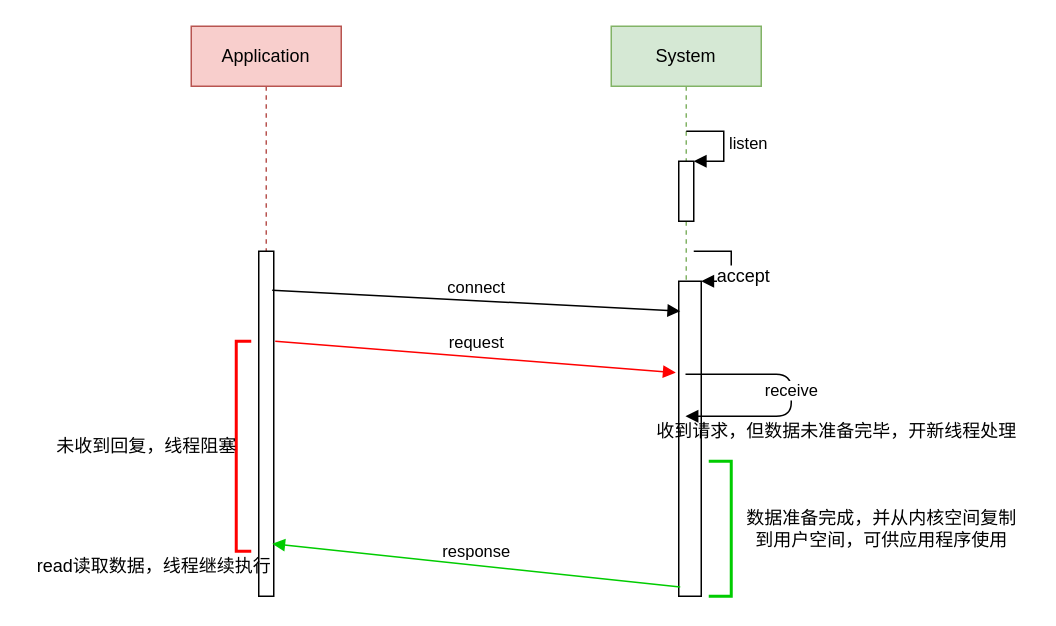
This is BIO.drawio from yang00-74/flowchart, a draw.io file, before an edit. Source tidied: cells renumbered, new cells numbered last; positions are measured from the earlier drawing's top-left corner, leaving out a move shared by most shapes. Both pictures are drawn from the tidied source at 150%, with x=0, y=0 at pixel (26, 26).
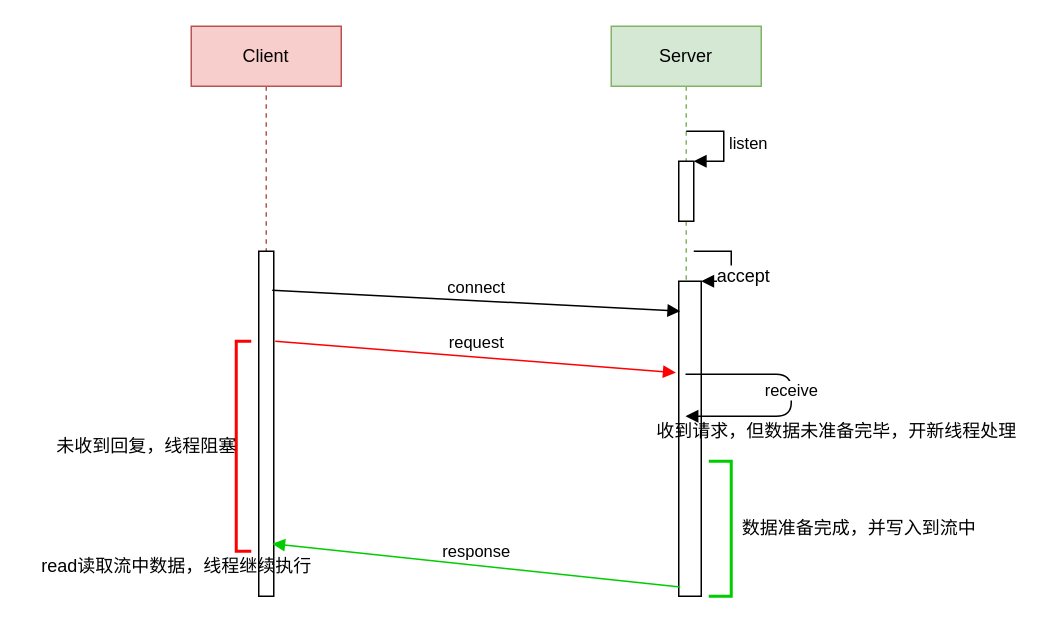
The same page after the edit.

Diff of the diagram source:
```diff
@@
-    <mxCell id="2" value="Application" style="shape=umlLifeline;perimeter=lifelinePerimeter;whiteSpace=wrap;html=1;fillColor=#f8cecc;strokeColor=#b85450;" parent="1" vertex="1">
+    <mxCell id="2" value="Client" style="shape=umlLifeline;perimeter=lifelinePerimeter;whiteSpace=wrap;html=1;fillColor=#f8cecc;strokeColor=#b85450;" parent="1" vertex="1">
       <mxGeometry x="110" width="100" height="380" as="geometry" />
     </mxCell>
@@
-    <mxCell id="5" value="System" style="shape=umlLifeline;perimeter=lifelinePerimeter;whiteSpace=wrap;html=1;outlineConnect=0;fillColor=#d5e8d4;strokeColor=#82b366;" parent="1" vertex="1">
+    <mxCell id="5" value="Server" style="shape=umlLifeline;perimeter=lifelinePerimeter;whiteSpace=wrap;html=1;outlineConnect=0;fillColor=#d5e8d4;strokeColor=#82b366;" parent="1" vertex="1">
       <mxGeometry x="390" width="100" height="380" as="geometry" />
     </mxCell>
@@
-    <mxCell id="17" value="数据准备完成，并从内核空间复制&lt;br&gt;到用户空间，可供应用程序使用" style="text;html=1;align=center;verticalAlign=middle;" parent="1" vertex="1">
-      <mxGeometry x="470" y="320" width="200" height="30" as="geometry" />
+    <mxCell id="17" value="数据准备完成，并写入到流中" style="text;html=1;align=center;verticalAlign=middle;" parent="1" vertex="1">
+      <mxGeometry x="470" y="325" width="170" height="20" as="geometry" />
     </mxCell>
-    <mxCell id="18" value="read读取数据，线程继续执行" style="text;html=1;align=center;verticalAlign=middle;" parent="1" vertex="1">
-      <mxGeometry y="350" width="170" height="20" as="geometry" />
+    <mxCell id="18" value="read读取流中数据，线程继续执行" style="text;html=1;align=center;verticalAlign=middle;" parent="1" vertex="1">
+      <mxGeometry y="350" width="200" height="20" as="geometry" />
     </mxCell>
```
